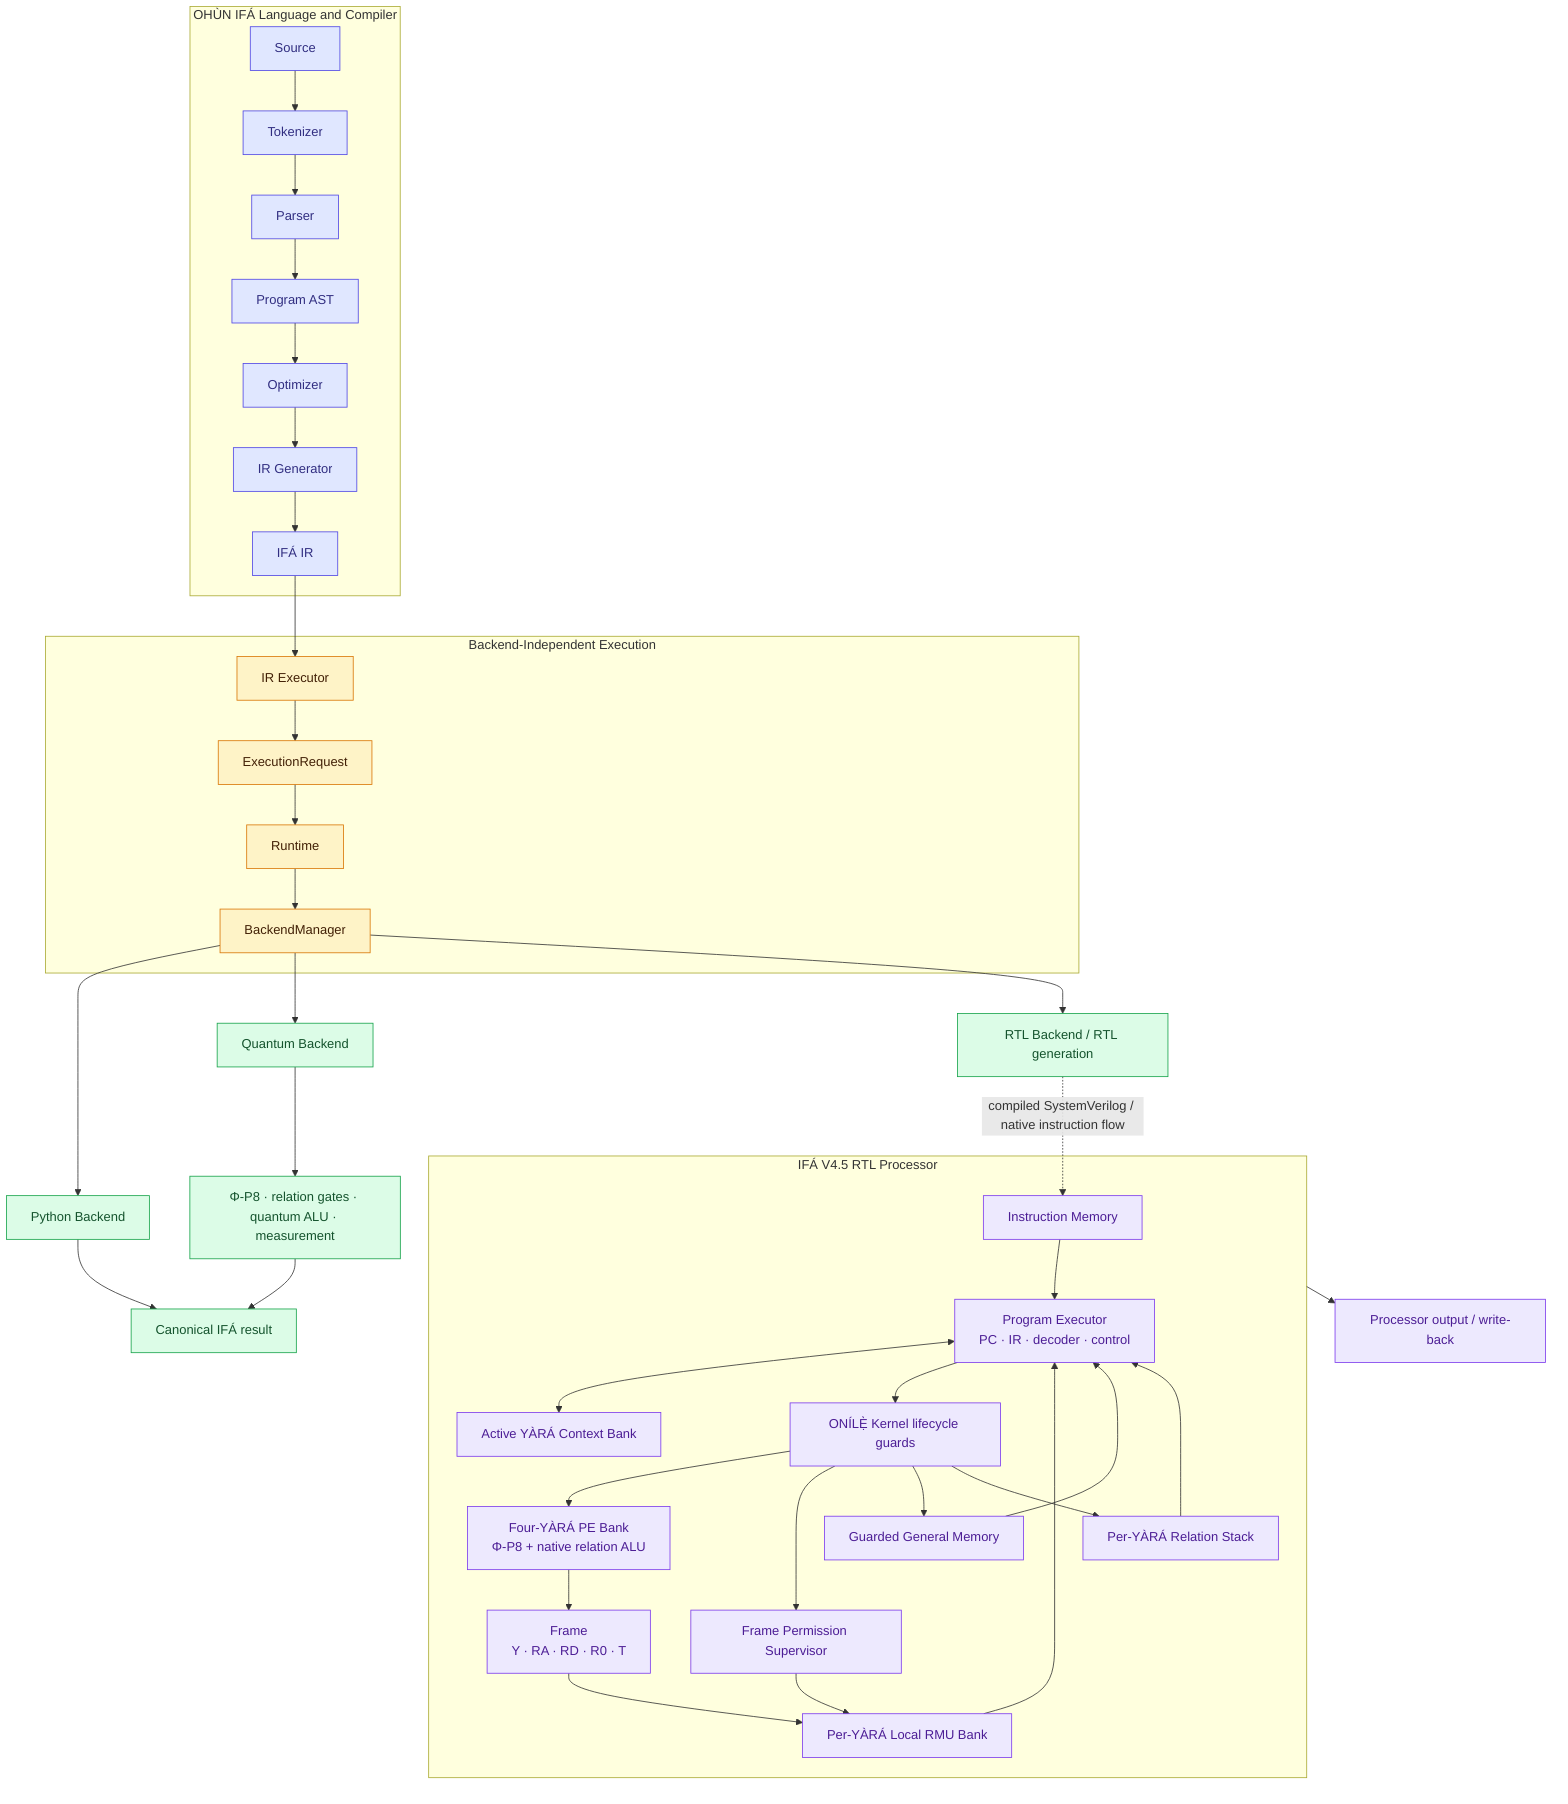
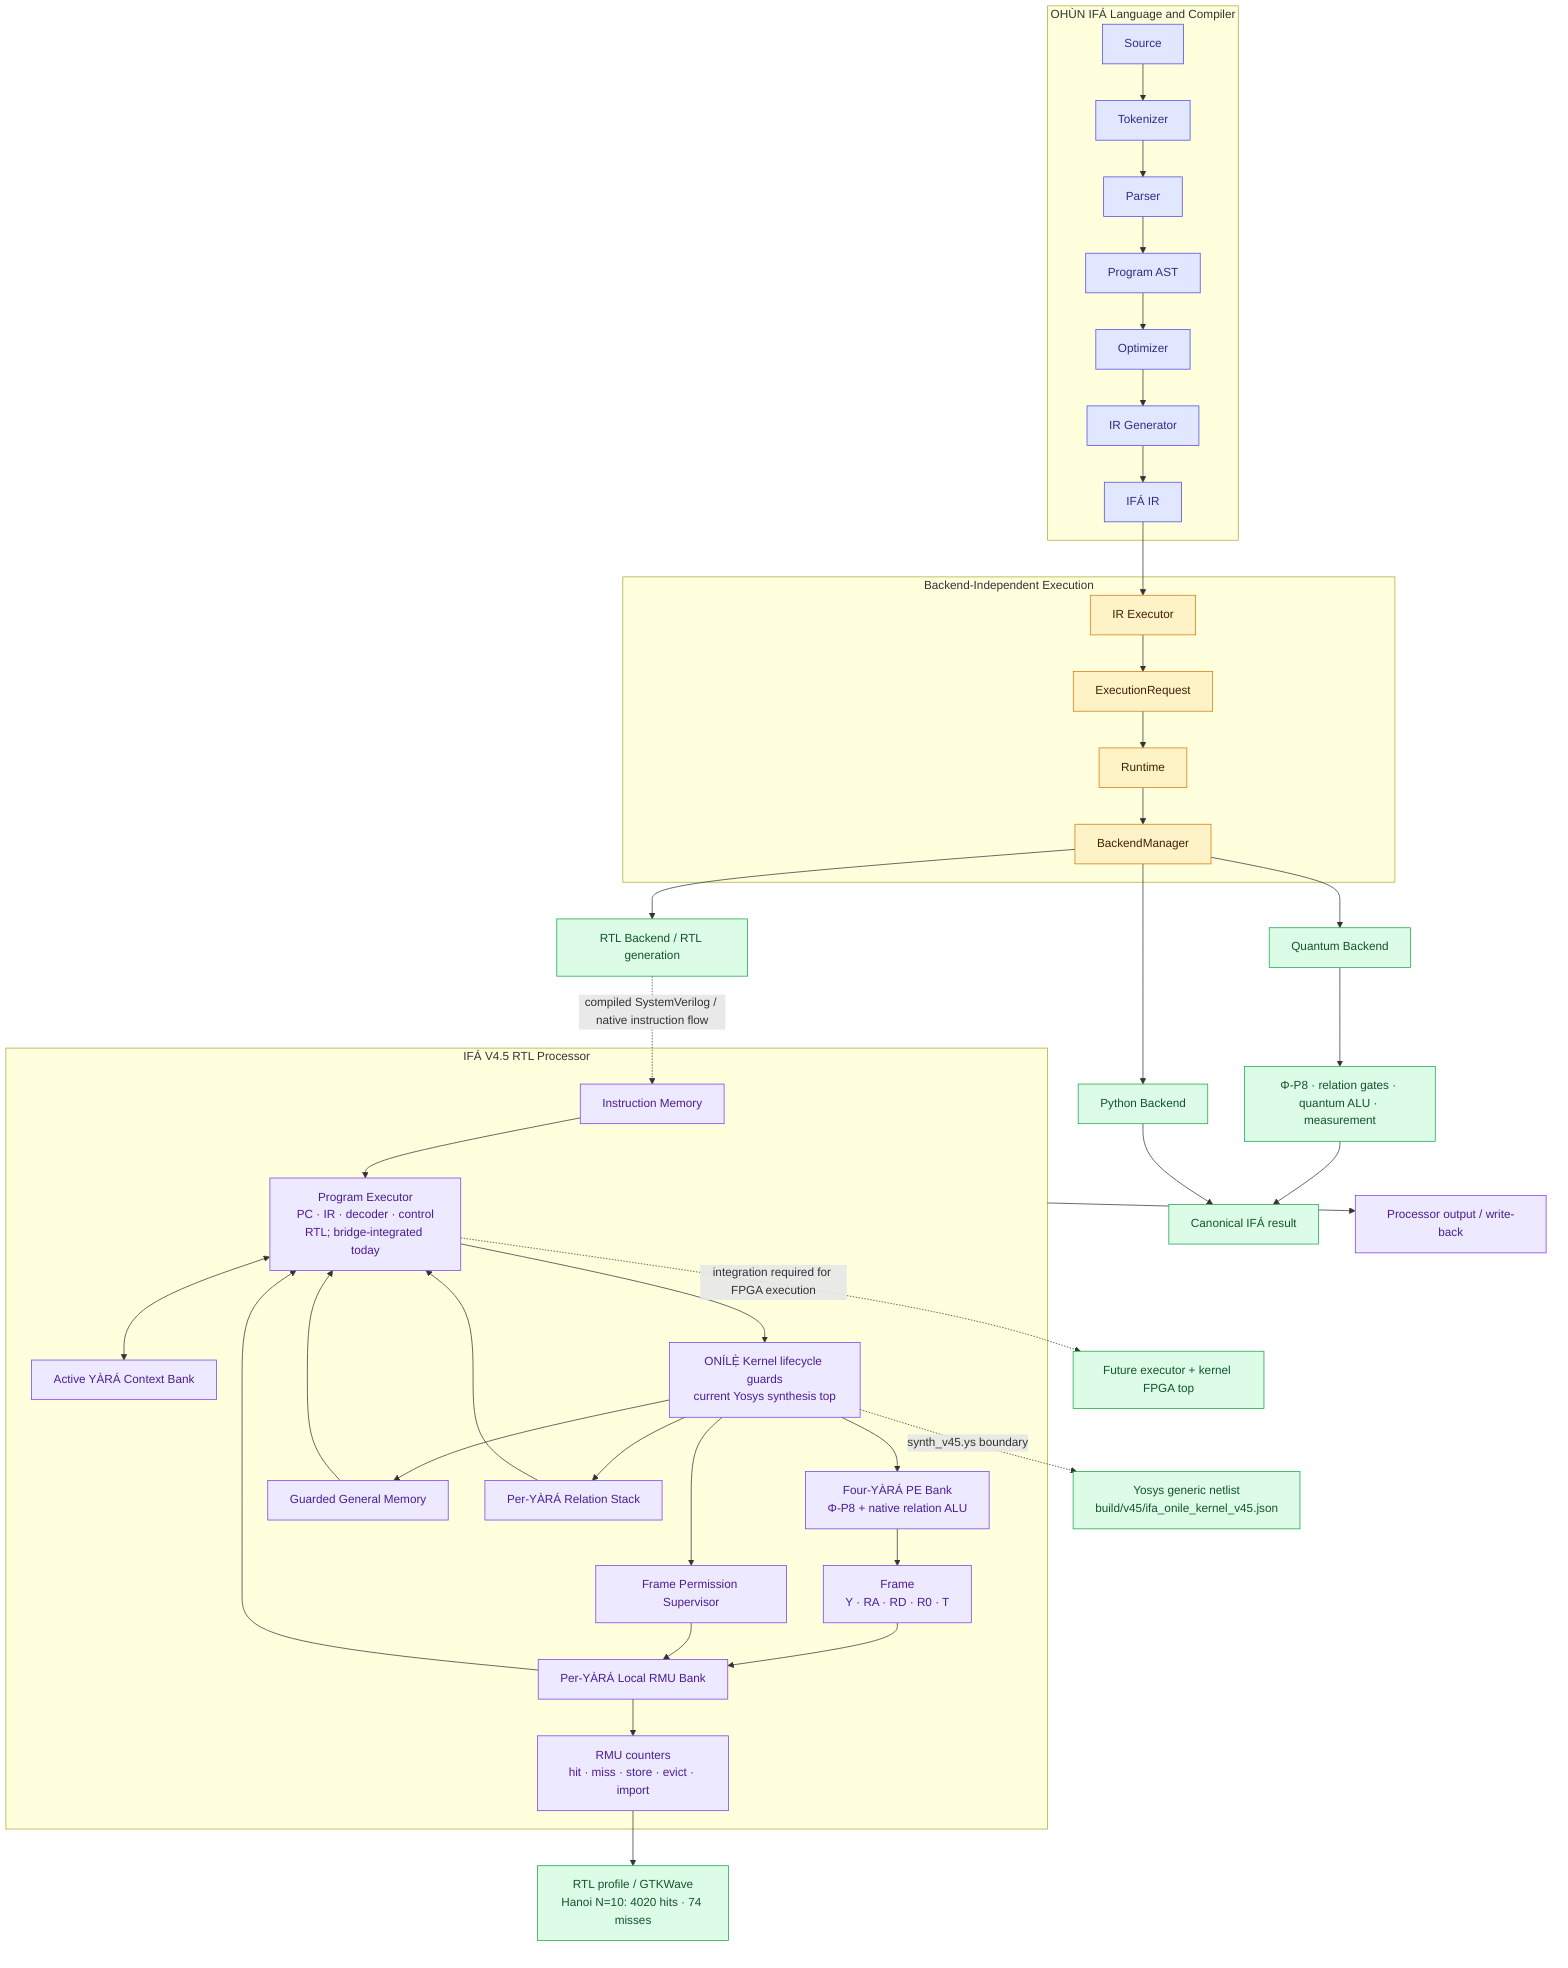
%% IFÁ Processor V4.5 — Complete Software and RTL Architecture
flowchart TB
  subgraph LANG["OHÙN IFÁ Language and Compiler"]
    SRC["Source"] --> TOK["Tokenizer"] --> PAR["Parser"] --> AST["Program AST"] --> OPT["Optimizer"] --> IRG["IR Generator"] --> IR["IFÁ IR"]
  end
  subgraph EXEC["Backend-Independent Execution"]
    IR --> IX["IR Executor"] --> REQ["ExecutionRequest"] --> RUN["Runtime"] --> BM["BackendManager"]
  end
  BM --> PY["Python Backend"]
  BM --> QB["Quantum Backend"]
  BM --> RB["RTL Backend / RTL generation"]
  subgraph HW["IFÁ V4.5 RTL Processor"]
-     IM["Instruction Memory"] --> EX["Program Executor\nPC · IR · decoder · control"]
+     IM["Instruction Memory"] --> EX["Program Executor\nPC · IR · decoder · control\nRTL; bridge-integrated today"]
    EX <--> CTX["Active YÀRÁ Context Bank"]
-     EX --> K["ONÍLẸ̀ Kernel lifecycle guards"]
+     EX --> K["ONÍLẸ̀ Kernel lifecycle guards\ncurrent Yosys synthesis top"]
    K --> PE["Four-YÀRÁ PE Bank\nΦ-P8 + native relation ALU"]
    PE --> FR["Frame\nY · RA · RD · R0 · T"] --> RMU["Per-YÀRÁ Local RMU Bank"]
    K --> SUP["Frame Permission Supervisor"] --> RMU
    K --> MEM["Guarded General Memory"]
    K --> STK["Per-YÀRÁ Relation Stack"]
    RMU --> EX
+     RMU --> CNT["RMU counters\nhit · miss · store · evict · import"]
    MEM --> EX
    STK --> EX
  end
  RB -. "compiled SystemVerilog / native instruction flow" .-> IM
  QB --> QPATH["Φ-P8 · relation gates · quantum ALU · measurement"] --> RESULT["Canonical IFÁ result"]
  PY --> RESULT
  HW --> OUTPUT["Processor output / write-back"]
+   CNT --> PROFILE["RTL profile / GTKWave\nHanoi N=10: 4020 hits · 74 misses"]
+   K -. "synth_v45.ys boundary" .-> NET["Yosys generic netlist\nbuild/v45/ifa_onile_kernel_v45.json"]
+   EX -. "integration required for FPGA execution" .-> FPGA["Future executor + kernel FPGA top"]

  classDef language fill:#e0e7ff,color:#312e81,stroke:#4f46e5;
  classDef runtime fill:#fef3c7,color:#422006,stroke:#d97706;
  classDef backend fill:#dcfce7,color:#14532d,stroke:#16a34a;
  classDef hardware fill:#ede9fe,color:#4c1d95,stroke:#7c3aed;
-   class SRC,TOK,PAR,AST,OPT,IRG,IR language; class IX,REQ,RUN,BM runtime; class PY,QB,RB,QPATH,RESULT backend; class IM,EX,CTX,K,PE,FR,RMU,SUP,MEM,STK,OUTPUT hardware;
+   class SRC,TOK,PAR,AST,OPT,IRG,IR language; class IX,REQ,RUN,BM runtime; class PY,QB,RB,QPATH,RESULT,PROFILE,NET,FPGA backend; class IM,EX,CTX,K,PE,FR,RMU,CNT,SUP,MEM,STK,OUTPUT hardware;
